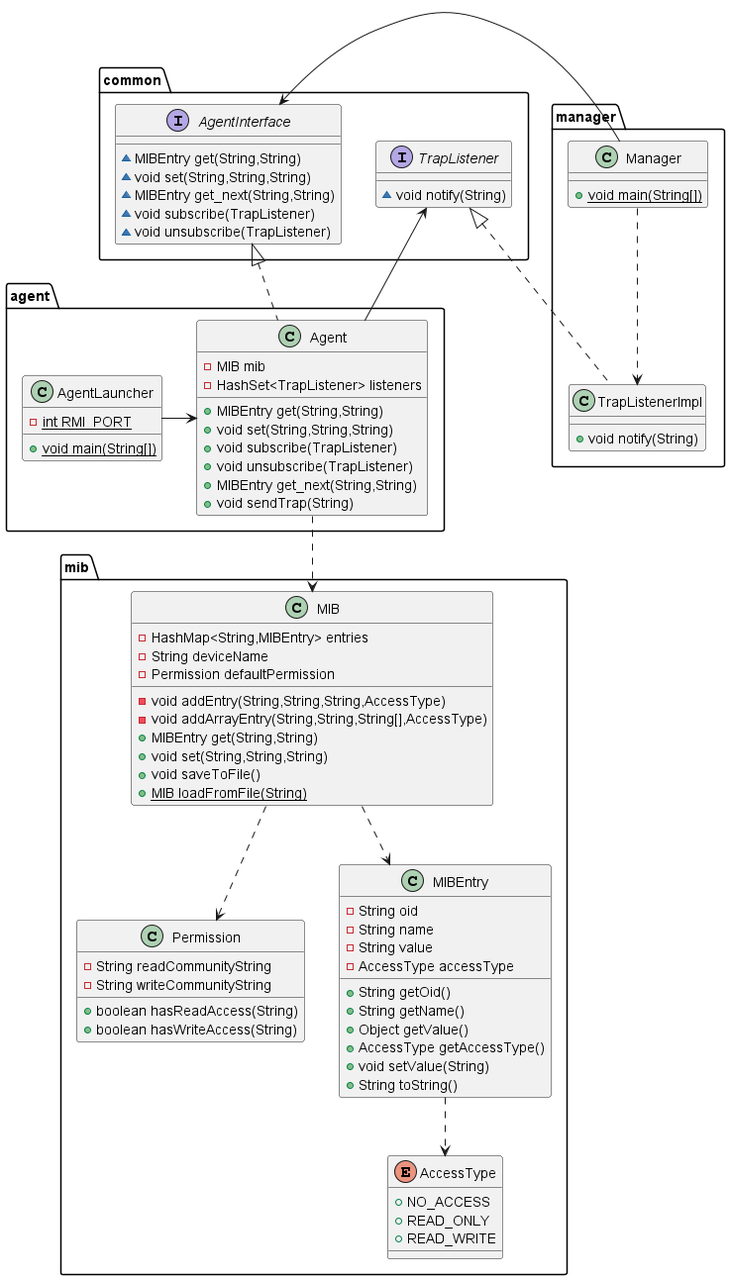
Before: UML.png, a diagram exported from PlantUML (louga31/SNMP).
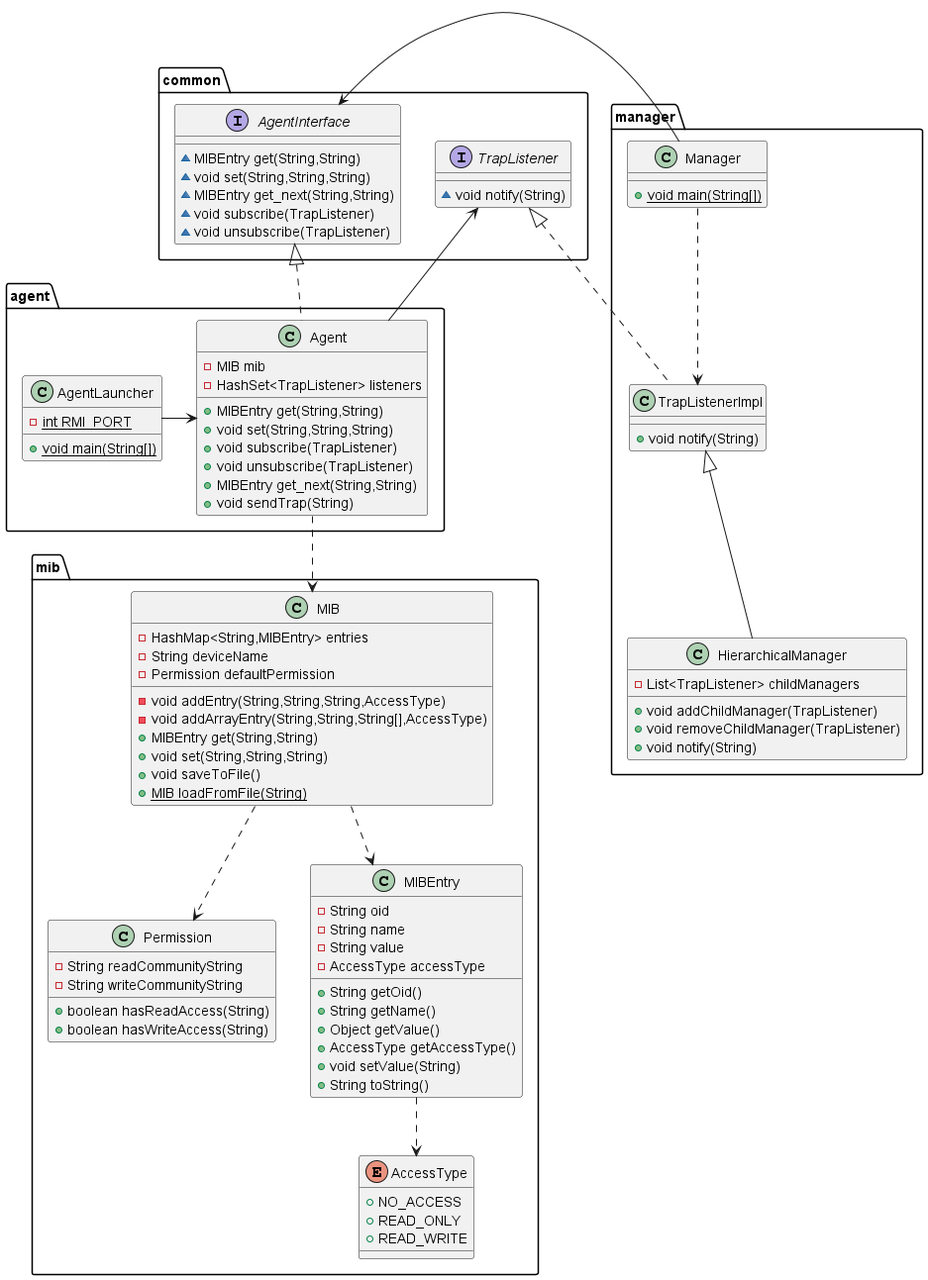
After the change.

Change to the diagram source:
```diff
@@ -63,6 +63,12 @@
 class manager.TrapListenerImpl {
 + void notify(String)
 }
+class manager.HierarchicalManager {
+- List<TrapListener> childManagers
++ void addChildManager(TrapListener)
++ void removeChildManager(TrapListener)
++ void notify(String)
+}
 
 agent.Agent -> common.TrapListener
 manager.Manager -> common.AgentInterface
@@ -74,4 +80,5 @@
 mib.MIB ..> mib.Permission
 common.TrapListener <|.. manager.TrapListenerImpl
 manager.Manager ..> manager.TrapListenerImpl
+manager.TrapListenerImpl <|-- manager.HierarchicalManager
 @enduml
```
